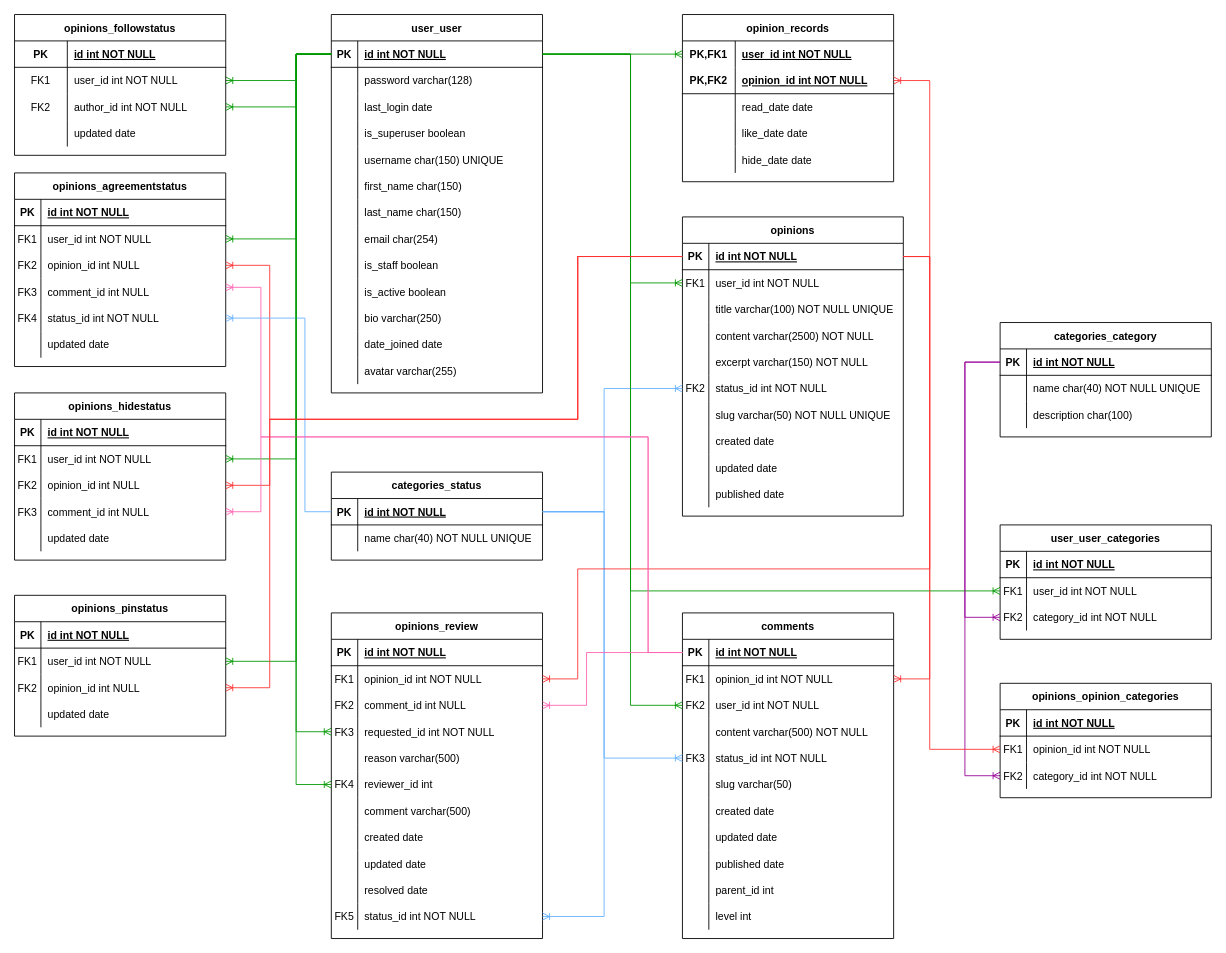
The draw.io diagram page "database-schema" (1 of 27) of doc/design/soapbox.drawio in ibuttimer/soapbox, before the edit. Source tidied: cells renumbered, new cells numbered last; positions are measured from the earlier drawing's top-left corner, leaving out a move shared by most shapes. Both pictures are drawn from the tidied source at 88%, with x=0, y=0 at pixel (14, 14).
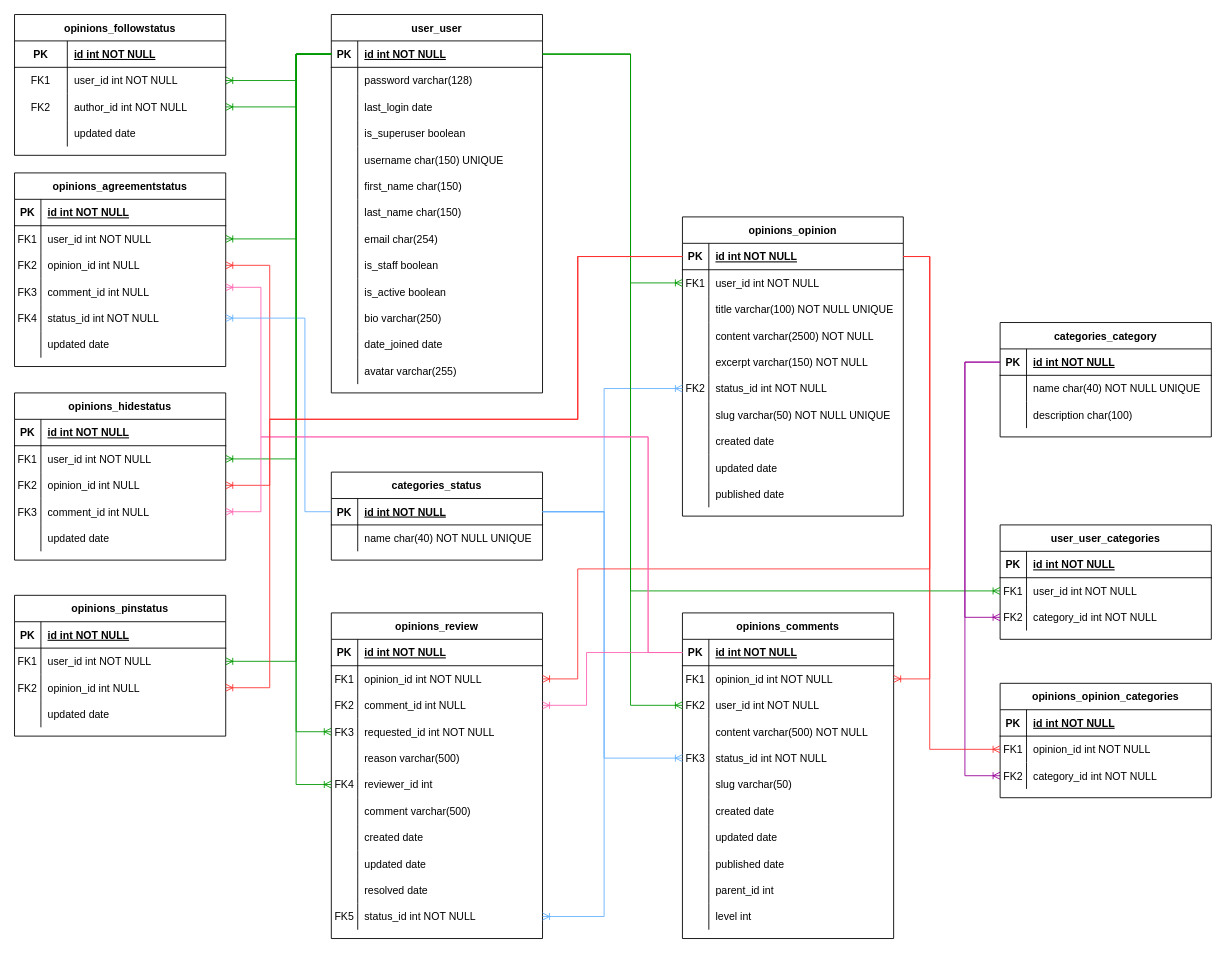
After the change.

Unchanged cells that the change refers to:
```xml
<mxCell id="3" style="shape=partialRectangle;fillColor=none;points=[[0,0.5],[1,0.5]];portConstraint=eastwest;top=0;left=0;right=0;bottom=1;" parent="2" vertex="1">
  <mxGeometry y="30" width="251" height="30" as="geometry" />
</mxCell>
<mxCell id="44" style="shape=partialRectangle;fillColor=none;points=[[0,0.5],[1,0.5]];portConstraint=eastwest;top=0;left=0;right=0;bottom=1;" parent="43" vertex="1">
  <mxGeometry y="30" width="240" height="30" as="geometry" />
</mxCell>
```

Change to the diagram source:
```diff
@@
-    <mxCell id="2" value="opinions" style="shape=table;startSize=30;childLayout=tableLayout;rowLines=0;fontStyle=1;align=center;" parent="1" vertex="1">
+    <mxCell id="2" value="opinions_opinion" style="shape=table;startSize=30;childLayout=tableLayout;rowLines=0;fontStyle=1;align=center;" parent="1" vertex="1">
       <mxGeometry x="759" y="230" width="251" height="340" as="geometry" />
     </mxCell>
@@
-    <mxCell id="107" value="opinion_records" style="shape=table;startSize=30;childLayout=tableLayout;rowLines=0;fontStyle=1;align=center;" parent="1" vertex="1">
-      <mxGeometry x="759" width="240" height="190" as="geometry" />
-    </mxCell>
-    <mxCell id="108" style="shape=tableRow;horizontal=0;startSize=0;swimlaneHead=0;swimlaneBody=0;fillColor=none;points=[[0,0.5],[1,0.5]];portConstraint=eastwest;top=0;left=0;right=0;bottom=0;" parent="107" vertex="1">
-      <mxGeometry y="30" width="240" height="30" as="geometry" />
-    </mxCell>
-    <mxCell id="109" value="PK,FK1" style="shape=partialRectangle;fillColor=none;top=0;left=0;bottom=0;right=0;fontStyle=1;overflow=hidden;" parent="108" vertex="1">
-      <mxGeometry width="60" height="30" as="geometry" />
-    </mxCell>
-    <mxCell id="110" value="user_id int NOT NULL" style="shape=partialRectangle;fillColor=none;top=0;left=0;bottom=0;right=0;align=left;spacingLeft=6;fontStyle=5;overflow=hidden;" parent="108" vertex="1">
-      <mxGeometry x="60" width="180" height="30" as="geometry" />
-    </mxCell>
-    <mxCell id="111" style="shape=tableRow;horizontal=0;startSize=0;swimlaneHead=0;swimlaneBody=0;fillColor=none;points=[[0,0.5],[1,0.5]];portConstraint=eastwest;top=0;left=0;right=0;bottom=1;" parent="107" vertex="1">
-      <mxGeometry y="60" width="240" height="30" as="geometry" />
-    </mxCell>
-    <mxCell id="112" value="PK,FK2" style="shape=partialRectangle;fillColor=none;top=0;left=0;bottom=0;right=0;fontStyle=1;overflow=hidden;" parent="111" vertex="1">
-      <mxGeometry width="60" height="30" as="geometry" />
-    </mxCell>
-    <mxCell id="113" value="opinion_id int NOT NULL" style="shape=partialRectangle;fillColor=none;top=0;left=0;bottom=0;right=0;align=left;spacingLeft=6;fontStyle=5;overflow=hidden;" parent="111" vertex="1">
-      <mxGeometry x="60" width="180" height="30" as="geometry" />
-    </mxCell>
-    <mxCell id="114" style="shape=tableRow;horizontal=0;startSize=0;swimlaneHead=0;swimlaneBody=0;fillColor=none;top=0;left=0;right=0;bottom=0;" parent="107" vertex="1">
-      <mxGeometry y="90" width="240" height="30" as="geometry" />
-    </mxCell>
-    <mxCell id="115" style="shape=partialRectangle;fillColor=none;top=0;left=0;bottom=0;right=0;overflow=hidden;" parent="114" vertex="1">
-      <mxGeometry width="60" height="30" as="geometry" />
-    </mxCell>
-    <mxCell id="116" value="read_date date" style="shape=partialRectangle;fillColor=none;top=0;left=0;bottom=0;right=0;align=left;spacingLeft=6;overflow=hidden;" parent="114" vertex="1">
-      <mxGeometry x="60" width="180" height="30" as="geometry" />
-    </mxCell>
-    <mxCell id="117" style="shape=tableRow;horizontal=0;startSize=0;swimlaneHead=0;swimlaneBody=0;fillColor=none;top=0;left=0;right=0;bottom=0;" parent="107" vertex="1">
-      <mxGeometry y="120" width="240" height="30" as="geometry" />
-    </mxCell>
-    <mxCell id="118" style="shape=partialRectangle;fillColor=none;top=0;left=0;bottom=0;right=0;overflow=hidden;" parent="117" vertex="1">
-      <mxGeometry width="60" height="30" as="geometry" />
-    </mxCell>
-    <mxCell id="119" value="like_date date" style="shape=partialRectangle;fillColor=none;top=0;left=0;bottom=0;right=0;align=left;spacingLeft=6;overflow=hidden;" parent="117" vertex="1">
-      <mxGeometry x="60" width="180" height="30" as="geometry" />
-    </mxCell>
-    <mxCell id="120" style="shape=tableRow;horizontal=0;startSize=0;swimlaneHead=0;swimlaneBody=0;fillColor=none;top=0;left=0;right=0;bottom=0;" parent="107" vertex="1">
-      <mxGeometry y="150" width="240" height="30" as="geometry" />
-    </mxCell>
-    <mxCell id="121" style="shape=partialRectangle;fillColor=none;top=0;left=0;bottom=0;right=0;overflow=hidden;" parent="120" vertex="1">
-      <mxGeometry width="60" height="30" as="geometry" />
-    </mxCell>
-    <mxCell id="122" value="hide_date date" style="shape=partialRectangle;fillColor=none;top=0;left=0;bottom=0;right=0;align=left;spacingLeft=6;overflow=hidden;" parent="120" vertex="1">
-      <mxGeometry x="60" width="180" height="30" as="geometry" />
-    </mxCell>
-    <mxCell id="123" style="edgeStyle=elbowEdgeStyle;fontSize=12;html=1;endArrow=ERoneToMany;rounded=0;entryX=1;entryY=0.5;entryDx=0;entryDy=0;exitX=1;exitY=0.5;exitDx=0;exitDy=0;strokeColor=#FF3333;" parent="1" edge="1" source="3" target="111">
-      <mxGeometry relative="1" as="geometry">
-        <Array as="points">
-          <mxPoint x="1040" y="170" />
-        </Array>
-      </mxGeometry>
-    </mxCell>
-    <mxCell id="124" style="edgeStyle=elbowEdgeStyle;fontSize=12;html=1;endArrow=ERoneToMany;rounded=0;exitX=1;exitY=0.5;exitDx=0;exitDy=0;entryX=0;entryY=0.5;entryDx=0;entryDy=0;strokeColor=#009900;" parent="1" edge="1" source="44" target="108">
-      <mxGeometry relative="1" as="geometry">
-        <Array as="points">
-          <mxPoint x="690" y="40" />
-        </Array>
-      </mxGeometry>
-    </mxCell>
@@
-    <mxCell id="126" value="comments" style="shape=table;startSize=30;childLayout=tableLayout;rowLines=0;fontStyle=1;align=center;" parent="1" vertex="1">
+    <mxCell id="126" value="opinions_comments" style="shape=table;startSize=30;childLayout=tableLayout;rowLines=0;fontStyle=1;align=center;" parent="1" vertex="1">
       <mxGeometry x="759" y="680" width="240" height="370" as="geometry" />
     </mxCell>
```
